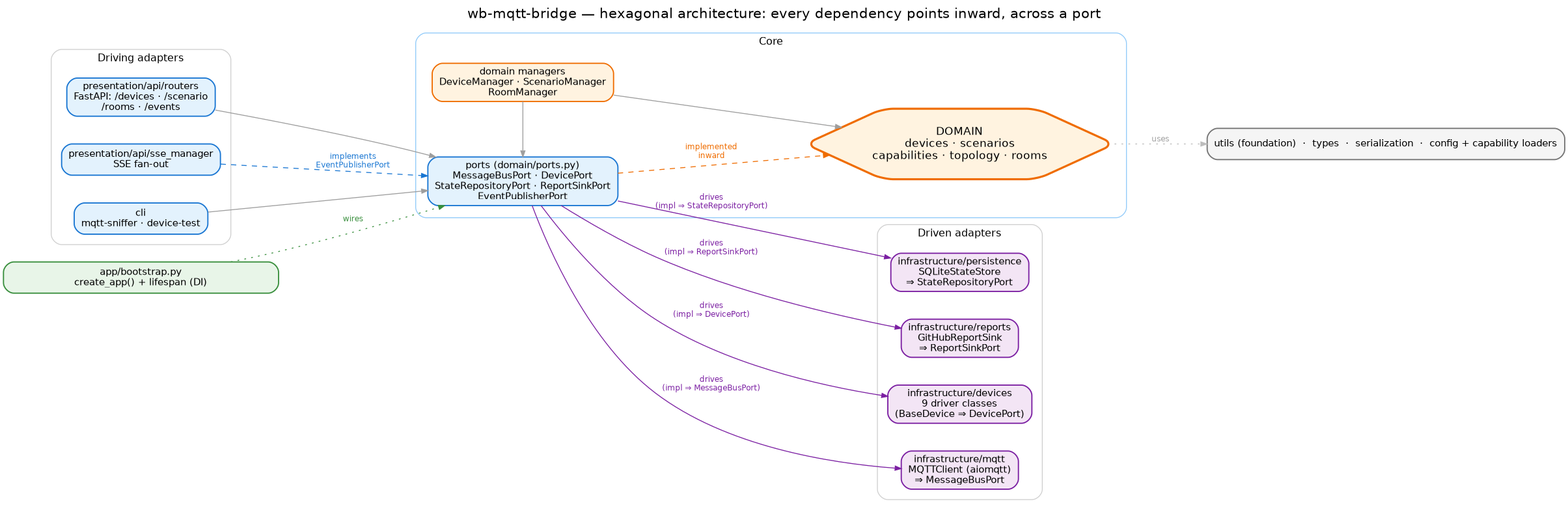
Above: docs/images/hexagon.png in droman42/wb-mqtt-bridge (Graphviz), before the change. Its source is kept beside it as docs/images/hexagon.dot.
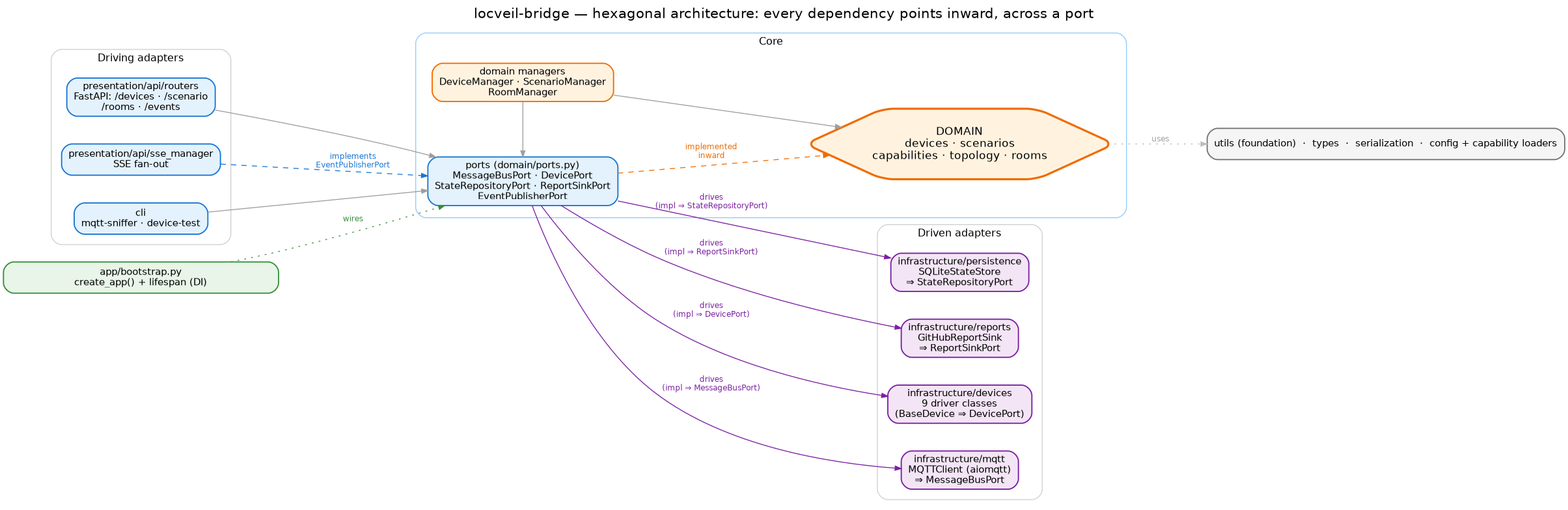
After the commit.

What changed in the source:
```diff
@@ -5,7 +5,7 @@
   splines=spline;
   nodesep=0.45; ranksep=1.2;
   fontname="Helvetica"; labelloc=t; fontsize=16;
-  label="wb-mqtt-bridge — hexagonal architecture: every dependency points inward, across a port";
+  label="locveil-bridge — hexagonal architecture: every dependency points inward, across a port";
 
   node [fontname="Helvetica", fontsize=11, shape=box, style="filled,rounded", penwidth=1.4];
   edge [fontname="Helvetica", fontsize=9, color="#9e9e9e", arrowsize=0.7];
```
